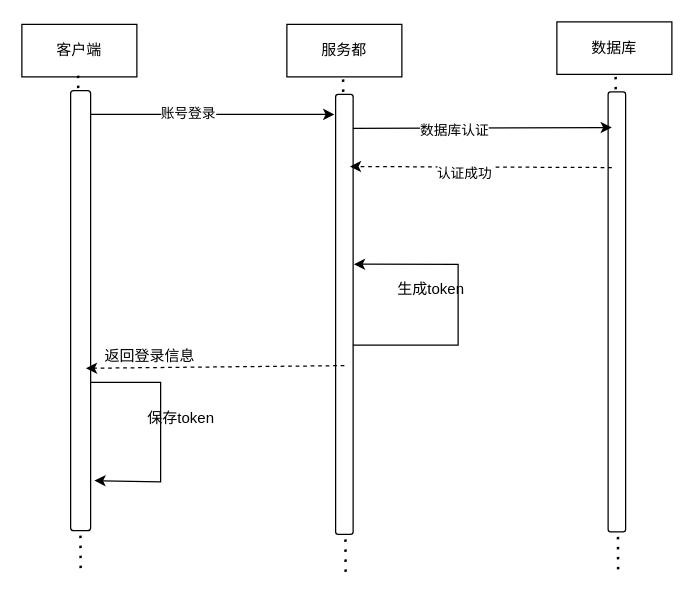
The draw.io diagram save/用户登录时序图.drawio in kehaha-5/drawio, before the edit. Source tidied: cells renumbered, new cells numbered last; positions are measured from the earlier drawing's top-left corner, leaving out a move shared by most shapes. Both pictures are drawn from the tidied source at 125%, with x=0, y=0 at pixel (21, 21).
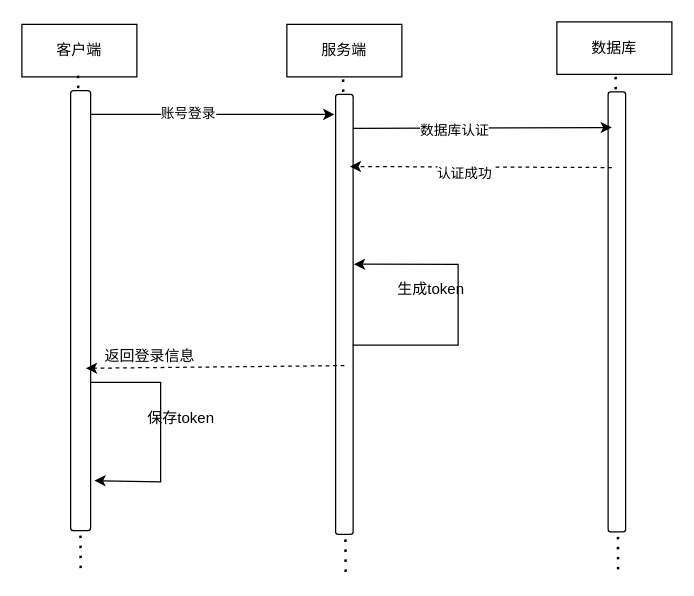
After the change.

Commit message:
更新用户登录时序图.drawio

Diff of the diagram source:
```diff
@@
-    <mxCell id="5" value="服务都" style="rounded=0;whiteSpace=wrap;html=1;" parent="1" vertex="1">
+    <mxCell id="5" value="服务端" style="rounded=0;whiteSpace=wrap;html=1;" parent="1" vertex="1">
       <mxGeometry x="212" y="2" width="92" height="42" as="geometry" />
     </mxCell>
```
